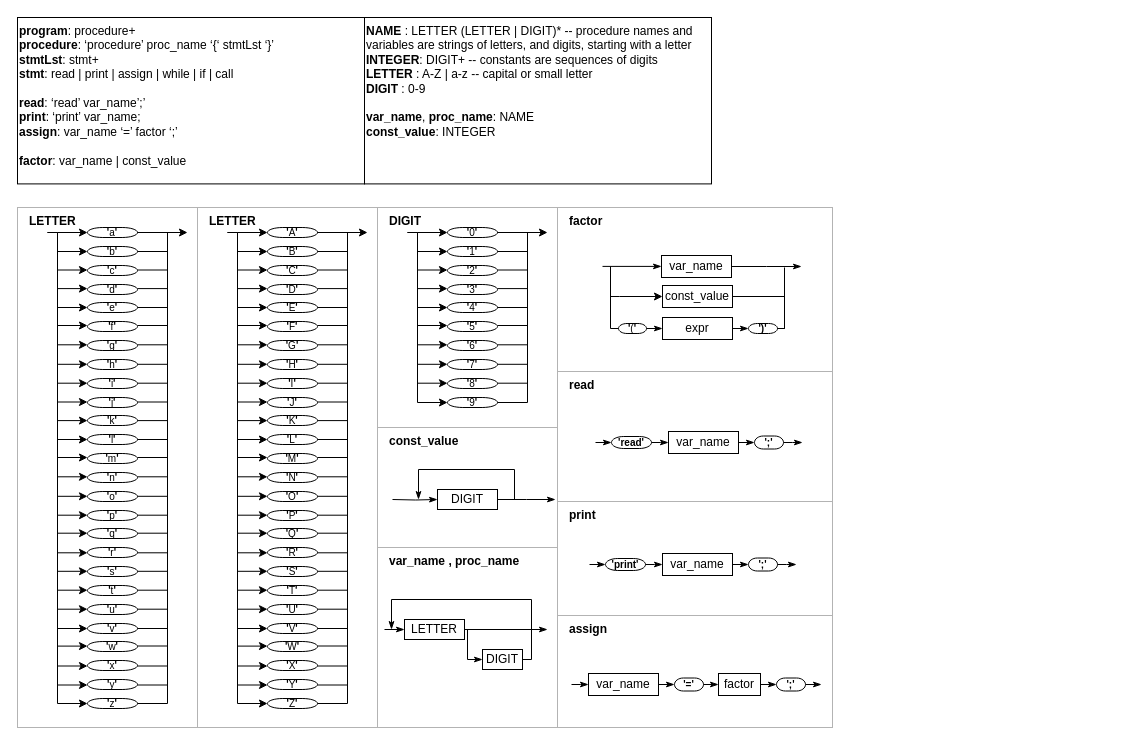
The draw.io diagram page "SyntaxDiagram" (3 of 4) of drawings/TopDesign.drawio in Release-the-Baby/Rtba2014, before the edit. Source tidied: cells renumbered, new cells numbered last; positions are measured from the earlier drawing's top-left corner, leaving out a move shared by most shapes. Both pictures are drawn from the tidied source at 100%, with x=0, y=0 at pixel (17, 17).
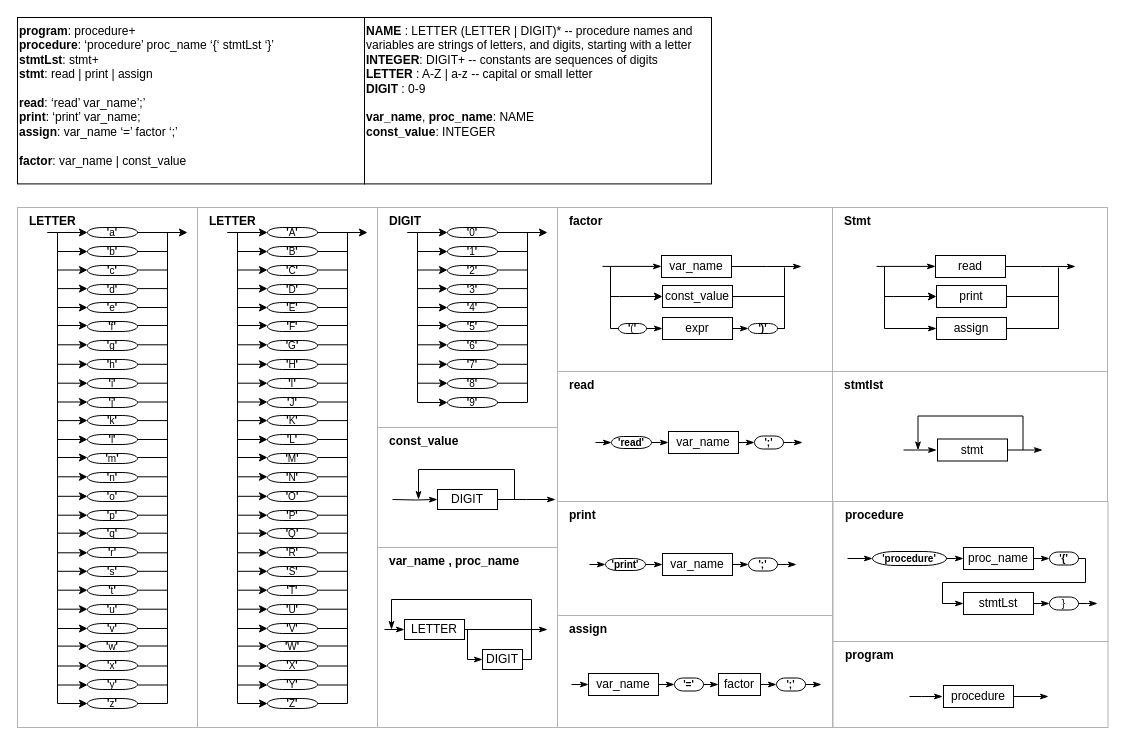
The same page after the edit.

The edit, as a diff of the source:
```diff
@@
+    <mxCell id="256" value="&amp;nbsp;&amp;nbsp; Stmt" style="rounded=0;whiteSpace=wrap;html=1;strokeWidth=1;fillColor=none;align=left;verticalAlign=top;fontStyle=1;strokeColor=#B3B3B3;" parent="1" vertex="1">
+      <mxGeometry x="815" y="190" width="275" height="164" as="geometry" />
+    </mxCell>
@@
-    <mxCell id="3" value="&lt;span&gt;&lt;b&gt;program&lt;/b&gt;: procedure+&lt;/span&gt;&lt;span&gt;&lt;br&gt;&lt;b&gt;procedure&lt;/b&gt;: ‘procedure’ proc_name ‘{‘ stmtLst ‘}’&lt;/span&gt;&lt;span&gt;&lt;/span&gt;&lt;span&gt;&lt;br&gt;&lt;b&gt;stmtLst&lt;/b&gt;: stmt+&lt;/span&gt;&lt;span&gt;&lt;br&gt;&lt;b&gt;stmt&lt;/b&gt;: read | print | assign | while | if | call&lt;/span&gt;&lt;span&gt;&lt;/span&gt;&lt;br&gt;&lt;br&gt;&lt;span&gt;&lt;b&gt;read&lt;/b&gt;: ‘read’ var_name’;’&lt;br&gt;&lt;/span&gt;&lt;b&gt;print&lt;/b&gt;: ‘print’ var_name;&lt;div&gt;&lt;span&gt;&lt;/span&gt;&lt;span&gt;&lt;b&gt;assign&lt;/b&gt;: var_name ‘=’&lt;/span&gt; factor ‘;’&lt;/div&gt;&lt;br&gt;&lt;span&gt;&lt;/span&gt;&lt;span&gt;&lt;b&gt;factor&lt;/b&gt;: var_name | const_value &lt;br&gt;&lt;/span&gt;&lt;p&gt;&lt;span&gt;&lt;/span&gt;&lt;/p&gt;" style="text;html=1;strokeColor=default;fillColor=none;align=left;verticalAlign=top;whiteSpace=wrap;rounded=0;labelPosition=center;verticalLabelPosition=middle;" parent="1" vertex="1">
+    <mxCell id="3" value="&lt;span&gt;&lt;b&gt;program&lt;/b&gt;: procedure+&lt;/span&gt;&lt;span&gt;&lt;br&gt;&lt;b&gt;procedure&lt;/b&gt;: ‘procedure’ proc_name ‘{‘ stmtLst ‘}’&lt;/span&gt;&lt;span&gt;&lt;/span&gt;&lt;span&gt;&lt;br&gt;&lt;b&gt;stmtLst&lt;/b&gt;: stmt+&lt;/span&gt;&lt;span&gt;&lt;br&gt;&lt;b&gt;stmt&lt;/b&gt;: read | print | assign&lt;/span&gt;&lt;span&gt;&lt;/span&gt;&lt;br&gt;&lt;br&gt;&lt;span&gt;&lt;b&gt;read&lt;/b&gt;: ‘read’ var_name’;’&lt;br&gt;&lt;/span&gt;&lt;b&gt;print&lt;/b&gt;: ‘print’ var_name;&lt;div&gt;&lt;span&gt;&lt;/span&gt;&lt;span&gt;&lt;b&gt;assign&lt;/b&gt;: var_name ‘=’&lt;/span&gt; factor ‘;’&lt;/div&gt;&lt;br&gt;&lt;span&gt;&lt;/span&gt;&lt;span&gt;&lt;b&gt;factor&lt;/b&gt;: var_name | const_value &lt;br&gt;&lt;/span&gt;&lt;p&gt;&lt;span&gt;&lt;/span&gt;&lt;/p&gt;" style="text;html=1;strokeColor=default;fillColor=none;align=left;verticalAlign=top;whiteSpace=wrap;rounded=0;labelPosition=center;verticalLabelPosition=middle;" parent="1" vertex="1">
       <mxGeometry width="347" height="166.4" as="geometry" />
     </mxCell>
@@
+    <mxCell id="257" style="group;" parent="1" vertex="1">
+      <mxGeometry x="867" y="238" width="191" height="84" as="geometry" />
+    </mxCell>
+    <mxCell id="258" value="assign" style="rounded=0;whiteSpace=wrap;html=1;strokeWidth=1;fillColor=none;" parent="257" vertex="1">
+      <mxGeometry x="52" y="62" width="70" height="22" as="geometry" />
+    </mxCell>
+    <mxCell id="259" value="read" style="rounded=0;whiteSpace=wrap;html=1;strokeWidth=1;fillColor=none;" parent="257" vertex="1">
+      <mxGeometry x="51" width="70" height="22" as="geometry" />
+    </mxCell>
+    <mxCell id="260" value="print" style="rounded=0;whiteSpace=wrap;html=1;strokeWidth=1;fillColor=none;" parent="257" vertex="1">
+      <mxGeometry x="52" y="30" width="70" height="22" as="geometry" />
+    </mxCell>
+    <mxCell id="261" style="edgeStyle=orthogonalEdgeStyle;rounded=0;jettySize=auto;html=1;fontSize=10;startArrow=none;startFill=0;endArrow=classicThin;endFill=1;exitX=1;exitY=0.5;exitDx=0;exitDy=0;" parent="257" edge="1" source="259">
+      <mxGeometry relative="1" as="geometry">
+        <mxPoint x="191" y="11" as="targetPoint" />
+      </mxGeometry>
+    </mxCell>
+    <mxCell id="262" style="edgeStyle=orthogonalEdgeStyle;rounded=0;orthogonalLoop=1;jettySize=auto;html=1;fontSize=10;startArrow=none;startFill=0;endArrow=classicThin;endFill=1;" parent="257" edge="1">
+      <mxGeometry relative="1" as="geometry">
+        <mxPoint x="-8" y="11" as="sourcePoint" />
+        <mxPoint x="51" y="10.9" as="targetPoint" />
+        <Array as="points">
+          <mxPoint x="51" y="11" />
+        </Array>
+      </mxGeometry>
+    </mxCell>
+    <mxCell id="263" style="endArrow=classicThin;html=1;rounded=0;fontSize=10;endFill=1;entryX=0;entryY=0.5;entryDx=0;entryDy=0;" parent="257" edge="1" target="258">
+      <mxGeometry relative="1" as="geometry">
+        <mxPoint y="11" as="sourcePoint" />
+        <Array as="points">
+          <mxPoint y="73" />
+        </Array>
+      </mxGeometry>
+    </mxCell>
+    <mxCell id="264" style="edgeStyle=orthogonalEdgeStyle;rounded=0;jettySize=auto;html=1;fontSize=10;endArrow=classic;endFill=1;entryX=0;entryY=0.5;entryDx=0;entryDy=0;" parent="257" edge="1" target="260">
+      <mxGeometry relative="1" as="geometry">
+        <mxPoint y="41" as="sourcePoint" />
+        <Array as="points">
+          <mxPoint x="9" y="41" />
+          <mxPoint x="9" y="41" />
+        </Array>
+      </mxGeometry>
+    </mxCell>
+    <mxCell id="265" style="edgeStyle=orthogonalEdgeStyle;rounded=0;jettySize=auto;html=1;fontSize=10;endArrow=none;endFill=0;exitX=1;exitY=0.5;exitDx=0;exitDy=0;exitPerimeter=0;entryX=1;entryY=0.5;entryDx=0;entryDy=0;" parent="257" edge="1" target="260">
+      <mxGeometry relative="1" as="geometry">
+        <mxPoint x="167" y="73" as="sourcePoint" />
+        <Array as="points">
+          <mxPoint x="174" y="73" />
+          <mxPoint x="174" y="41" />
+        </Array>
+      </mxGeometry>
+    </mxCell>
+    <mxCell id="266" style="edgeStyle=orthogonalEdgeStyle;rounded=0;jettySize=auto;html=1;fontSize=10;endArrow=none;endFill=0;exitX=1;exitY=0.5;exitDx=0;exitDy=0;" parent="257" edge="1" source="258">
+      <mxGeometry relative="1" as="geometry">
+        <mxPoint x="174" y="12" as="targetPoint" />
+        <Array as="points">
+          <mxPoint x="174" y="73" />
+        </Array>
+      </mxGeometry>
+    </mxCell>
+    <mxCell id="267" value="&amp;nbsp;&amp;nbsp; stmtlst" style="rounded=0;whiteSpace=wrap;html=1;strokeWidth=1;fillColor=none;align=left;verticalAlign=top;fontStyle=1;strokeColor=#B3B3B3;" parent="1" vertex="1">
+      <mxGeometry x="815" y="354" width="275" height="130" as="geometry" />
+    </mxCell>
+    <mxCell id="268" style="group;" parent="1" vertex="1">
+      <mxGeometry x="898" y="398.5" width="127" height="45" as="geometry" />
+    </mxCell>
+    <mxCell id="269" value="stmt" style="rounded=0;whiteSpace=wrap;html=1;strokeWidth=1;fillColor=none;" parent="268" vertex="1">
+      <mxGeometry x="22" y="23" width="70" height="22" as="geometry" />
+    </mxCell>
+    <mxCell id="270" style="edgeStyle=orthogonalEdgeStyle;rounded=0;jettySize=auto;html=1;fontSize=10;startArrow=none;startFill=0;endArrow=classicThin;endFill=1;exitX=1;exitY=0.5;exitDx=0;exitDy=0;" parent="268" edge="1" source="269">
+      <mxGeometry relative="1" as="geometry">
+        <mxPoint x="127" y="34" as="targetPoint" />
+      </mxGeometry>
+    </mxCell>
+    <mxCell id="271" style="edgeStyle=orthogonalEdgeStyle;rounded=0;orthogonalLoop=1;jettySize=auto;html=1;fontSize=10;endArrow=classicThin;endFill=1;" parent="268" edge="1">
+      <mxGeometry relative="1" as="geometry">
+        <mxPoint x="107.5" y="34" as="sourcePoint" />
+        <mxPoint x="2.5" y="34" as="targetPoint" />
+        <Array as="points">
+          <mxPoint x="107.5" />
+          <mxPoint x="2.5" />
+        </Array>
+      </mxGeometry>
+    </mxCell>
+    <mxCell id="272" style="edgeStyle=orthogonalEdgeStyle;rounded=0;jettySize=auto;html=1;fontSize=10;startArrow=none;startFill=0;endArrow=classicThin;endFill=1;entryX=-0.013;entryY=0.501;entryDx=0;entryDy=0;entryPerimeter=0;" parent="268" edge="1" target="269">
+      <mxGeometry relative="1" as="geometry">
+        <mxPoint x="-12" y="34" as="sourcePoint" />
+        <Array as="points">
+          <mxPoint y="34" />
+          <mxPoint y="34" />
+        </Array>
+      </mxGeometry>
+    </mxCell>
+    <mxCell id="273" style="group;" parent="1" vertex="1">
+      <mxGeometry x="830" y="530" width="257.5" height="94" as="geometry" />
+    </mxCell>
+    <mxCell id="274" value="proc_name" style="rounded=0;whiteSpace=wrap;html=1;strokeWidth=1;fillColor=none;" parent="273" vertex="1">
+      <mxGeometry x="116" width="70" height="22" as="geometry" />
+    </mxCell>
+    <mxCell id="275" style="edgeStyle=orthogonalEdgeStyle;rounded=0;jettySize=auto;html=1;endArrow=classicThin;endFill=1;entryX=0;entryY=0.5;entryDx=0;entryDy=0;exitX=1;exitY=0.5;exitDx=0;exitDy=0;exitPerimeter=0;" parent="273" edge="1" source="277" target="274">
+      <mxGeometry relative="1" as="geometry">
+        <Array as="points">
+          <mxPoint x="108" y="11" />
+          <mxPoint x="108" y="11" />
+        </Array>
+      </mxGeometry>
+    </mxCell>
+    <mxCell id="276" style="edgeStyle=orthogonalEdgeStyle;rounded=0;jettySize=auto;html=1;fontSize=10;startArrow=none;startFill=0;endArrow=classicThin;endFill=1;exitX=1;exitY=0.5;exitDx=0;exitDy=0;entryX=0;entryY=0.5;entryDx=0;entryDy=0;entryPerimeter=0;" parent="273" edge="1" source="274" target="278">
+      <mxGeometry relative="1" as="geometry">
+        <Array as="points">
+          <mxPoint x="186" y="11" />
+        </Array>
+      </mxGeometry>
+    </mxCell>
+    <mxCell id="277" value="&lt;b style=&quot;font-size: 10px&quot;&gt;'procedure&lt;/b&gt;&lt;b style=&quot;font-size: 10px&quot;&gt;'&lt;/b&gt;" style="strokeWidth=1;html=1;shape=mxgraph.flowchart.terminator;whiteSpace=wrap;fillColor=none;fontSize=10;" parent="273" vertex="1">
+      <mxGeometry x="25" y="4" width="74" height="14" as="geometry" />
+    </mxCell>
+    <mxCell id="278" value="&lt;b style=&quot;font-size: 10px&quot;&gt;'&lt;/b&gt;&lt;b style=&quot;font-size: 10px&quot;&gt;{'&lt;/b&gt;" style="strokeWidth=1;html=1;shape=mxgraph.flowchart.terminator;whiteSpace=wrap;fillColor=none;fontSize=10;" parent="273" vertex="1">
+      <mxGeometry x="202" y="4.5" width="29" height="13" as="geometry" />
+    </mxCell>
+    <mxCell id="279" style="endArrow=classicThin;html=1;rounded=0;fontSize=10;endFill=1;entryX=0;entryY=0.5;entryDx=0;entryDy=0;entryPerimeter=0;" parent="273" edge="1" target="277">
+      <mxGeometry relative="1" as="geometry">
+        <mxPoint y="11" as="sourcePoint" />
+      </mxGeometry>
+    </mxCell>
+    <mxCell id="280" value="stmtLst" style="rounded=0;whiteSpace=wrap;html=1;strokeWidth=1;fillColor=none;" parent="273" vertex="1">
+      <mxGeometry x="116" y="45" width="70" height="22" as="geometry" />
+    </mxCell>
+    <mxCell id="281" style="edgeStyle=orthogonalEdgeStyle;rounded=0;jettySize=auto;html=1;fontSize=10;fontColor=#EA6B66;startArrow=none;startFill=0;endArrow=classicThin;endFill=1;entryX=0;entryY=0.5;entryDx=0;entryDy=0;exitX=1;exitY=0.5;exitDx=0;exitDy=0;exitPerimeter=0;" parent="273" edge="1" source="278" target="280">
+      <mxGeometry relative="1" as="geometry">
+        <Array as="points">
+          <mxPoint x="238" y="11" />
+          <mxPoint x="238" y="35" />
+          <mxPoint x="95" y="35" />
+          <mxPoint x="95" y="56" />
+        </Array>
+      </mxGeometry>
+    </mxCell>
+    <mxCell id="282" style="edgeStyle=orthogonalEdgeStyle;rounded=0;jettySize=auto;html=1;fontSize=10;startArrow=none;startFill=0;endArrow=classicThin;endFill=1;exitX=1;exitY=0.5;exitDx=0;exitDy=0;entryX=0;entryY=0.5;entryDx=0;entryDy=0;entryPerimeter=0;" parent="273" edge="1" source="280" target="284">
+      <mxGeometry relative="1" as="geometry">
+        <Array as="points">
+          <mxPoint x="186" y="56" />
+        </Array>
+      </mxGeometry>
+    </mxCell>
+    <mxCell id="283" style="edgeStyle=orthogonalEdgeStyle;rounded=0;jettySize=auto;html=1;fontSize=10;fontColor=#EA6B66;startArrow=none;startFill=0;endArrow=classicThin;endFill=1;" parent="273" edge="1" source="284">
+      <mxGeometry relative="1" as="geometry">
+        <mxPoint x="250" y="56" as="targetPoint" />
+        <Array as="points">
+          <mxPoint x="240" y="56" />
+        </Array>
+      </mxGeometry>
+    </mxCell>
+    <mxCell id="284" value="}" style="strokeWidth=1;html=1;shape=mxgraph.flowchart.terminator;whiteSpace=wrap;fillColor=none;fontSize=10;" parent="273" vertex="1">
+      <mxGeometry x="202" y="49.5" width="29" height="13" as="geometry" />
+    </mxCell>
+    <mxCell id="285" value="&amp;nbsp;&amp;nbsp; procedure" style="rounded=0;whiteSpace=wrap;html=1;strokeWidth=1;fillColor=none;align=left;verticalAlign=top;fontStyle=1;strokeColor=#B3B3B3;" parent="273" vertex="1">
+      <mxGeometry x="-14.5" y="-46" width="275" height="140" as="geometry" />
+    </mxCell>
+    <mxCell id="286" value="&amp;nbsp;&amp;nbsp; program" style="rounded=0;whiteSpace=wrap;html=1;strokeWidth=1;fillColor=none;align=left;verticalAlign=top;fontStyle=1;strokeColor=#B3B3B3;" parent="1" vertex="1">
+      <mxGeometry x="815.5" y="624" width="275" height="86" as="geometry" />
+    </mxCell>
+    <mxCell id="287" style="group;" parent="1" vertex="1">
+      <mxGeometry x="904" y="668" width="127" height="22" as="geometry" />
+    </mxCell>
+    <mxCell id="288" value="procedure" style="rounded=0;whiteSpace=wrap;html=1;strokeWidth=1;fillColor=none;" parent="287" vertex="1">
+      <mxGeometry x="22" width="70" height="22" as="geometry" />
+    </mxCell>
+    <mxCell id="289" style="edgeStyle=orthogonalEdgeStyle;rounded=0;jettySize=auto;html=1;fontSize=10;startArrow=none;startFill=0;endArrow=classicThin;endFill=1;exitX=1;exitY=0.5;exitDx=0;exitDy=0;" parent="287" edge="1" source="288">
+      <mxGeometry relative="1" as="geometry">
+        <mxPoint x="127" y="11" as="targetPoint" />
+      </mxGeometry>
+    </mxCell>
+    <mxCell id="290" style="edgeStyle=orthogonalEdgeStyle;rounded=0;jettySize=auto;html=1;fontSize=10;startArrow=none;startFill=0;endArrow=classicThin;endFill=1;entryX=-0.013;entryY=0.501;entryDx=0;entryDy=0;entryPerimeter=0;" parent="287" edge="1" target="288">
+      <mxGeometry relative="1" as="geometry">
+        <mxPoint x="-12" y="11" as="sourcePoint" />
+        <Array as="points">
+          <mxPoint y="11" />
+          <mxPoint y="11" />
+        </Array>
+      </mxGeometry>
+    </mxCell>
```
